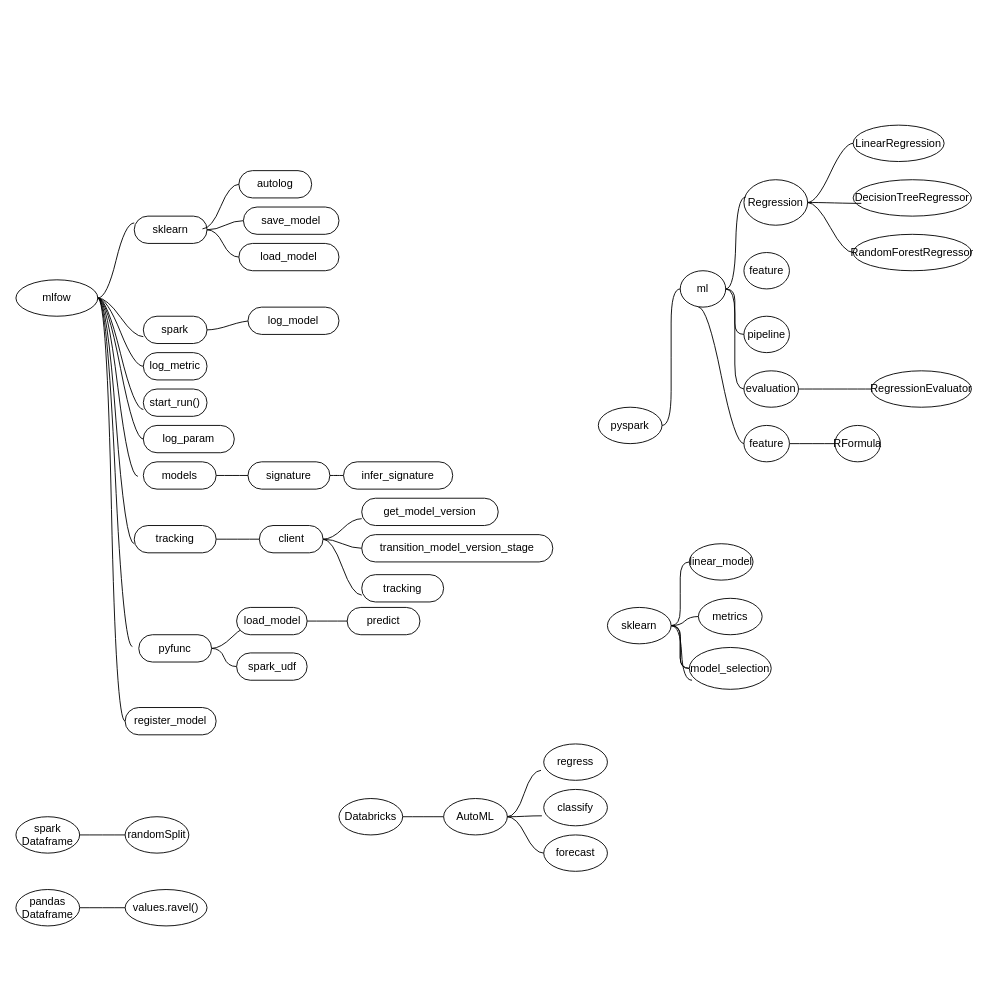
Earlier version of the draw.io diagram Libraries.drawio (sajinvk/DBRICKS-MLOPS-Associate). Source tidied: cells renumbered, new cells numbered last; positions are measured from the earlier drawing's top-left corner, leaving out a move shared by most shapes. Both pictures are drawn from the tidied source at 91%, with x=0, y=0 at pixel (15, 125).
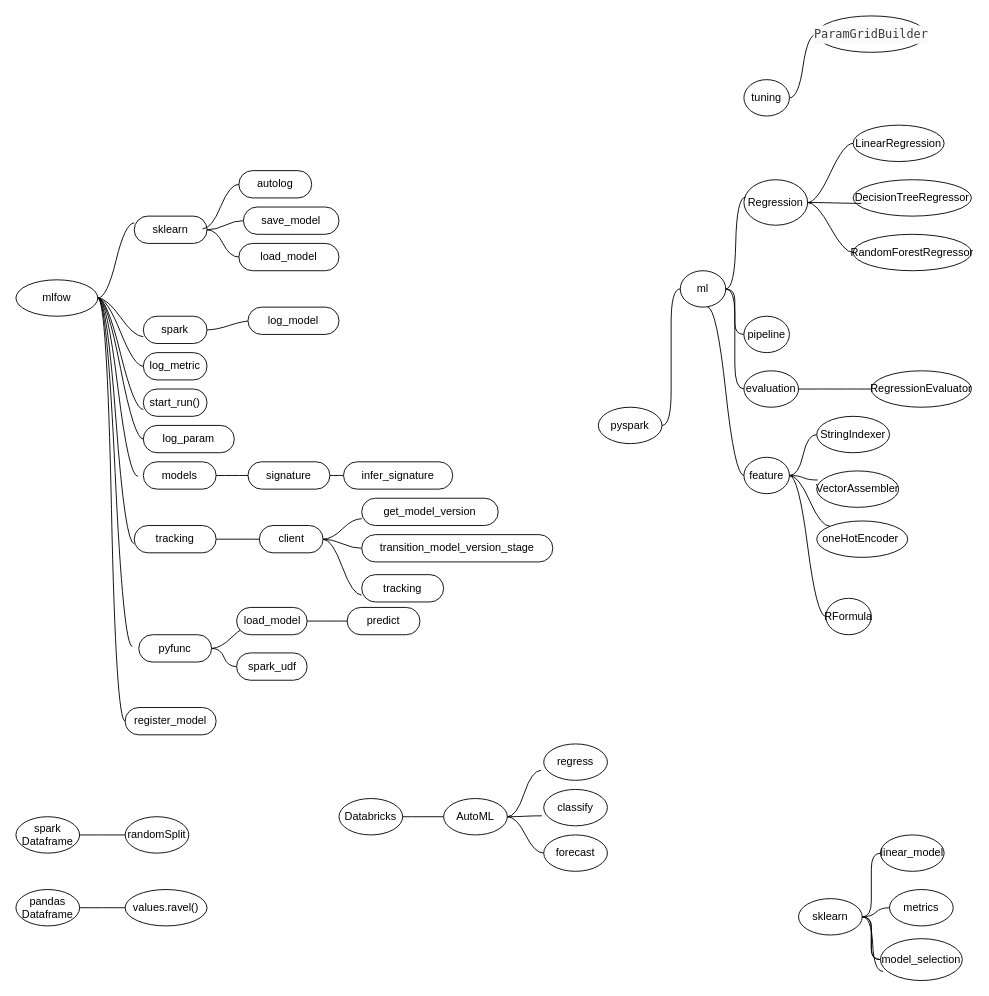
The same diagram, later.

Change to the diagram source:
```diff
@@
-    <mxCell id="55" value="feature" style="ellipse;whiteSpace=wrap;html=1;align=center;newEdgeStyle={&quot;edgeStyle&quot;:&quot;entityRelationEdgeStyle&quot;,&quot;startArrow&quot;:&quot;none&quot;,&quot;endArrow&quot;:&quot;none&quot;,&quot;segment&quot;:10,&quot;curved&quot;:1,&quot;sourcePerimeterSpacing&quot;:0,&quot;targetPerimeterSpacing&quot;:0};" parent="1" vertex="1" collapsed="1">
-      <mxGeometry x="800" y="140" width="50" height="40" as="geometry" />
-    </mxCell>
@@
+    <mxCell id="93" style="edgeStyle=entityRelationEdgeStyle;rounded=0;jettySize=auto;html=1;startArrow=none;endArrow=none;segment=10;curved=1;sourcePerimeterSpacing=0;targetPerimeterSpacing=0;entryX=0;entryY=0.5;entryDx=0;entryDy=0;" parent="1" edge="1" source="58" target="95">
+      <mxGeometry relative="1" as="geometry" />
+    </mxCell>
+    <mxCell id="94" style="edgeStyle=entityRelationEdgeStyle;rounded=0;jettySize=auto;html=1;startArrow=none;endArrow=none;segment=10;curved=1;sourcePerimeterSpacing=0;targetPerimeterSpacing=0;entryX=0;entryY=0;entryDx=0;entryDy=0;" parent="1" edge="1" source="58" target="97">
+      <mxGeometry relative="1" as="geometry" />
+    </mxCell>
     <mxCell id="58" value="feature" style="ellipse;whiteSpace=wrap;html=1;align=center;newEdgeStyle={&quot;edgeStyle&quot;:&quot;entityRelationEdgeStyle&quot;,&quot;startArrow&quot;:&quot;none&quot;,&quot;endArrow&quot;:&quot;none&quot;,&quot;segment&quot;:10,&quot;curved&quot;:1,&quot;sourcePerimeterSpacing&quot;:0,&quot;targetPerimeterSpacing&quot;:0};" parent="1" vertex="1" collapsed="1">
-      <mxGeometry x="800" y="330" width="50" height="40" as="geometry" />
+      <mxGeometry x="800" y="365" width="50" height="40" as="geometry" />
     </mxCell>
@@
     <mxCell id="65" value="RFormula" style="ellipse;whiteSpace=wrap;html=1;align=center;newEdgeStyle={&quot;edgeStyle&quot;:&quot;entityRelationEdgeStyle&quot;,&quot;startArrow&quot;:&quot;none&quot;,&quot;endArrow&quot;:&quot;none&quot;,&quot;segment&quot;:10,&quot;curved&quot;:1,&quot;sourcePerimeterSpacing&quot;:0,&quot;targetPerimeterSpacing&quot;:0};" parent="1" vertex="1" collapsed="1">
-      <mxGeometry x="900" y="330" width="50" height="40" as="geometry" />
+      <mxGeometry x="890" y="520" width="50" height="40" as="geometry" />
     </mxCell>
@@
     <mxCell id="68" style="edgeStyle=entityRelationEdgeStyle;rounded=0;jettySize=auto;html=1;startArrow=none;endArrow=none;segment=10;curved=1;sourcePerimeterSpacing=0;targetPerimeterSpacing=0;entryX=0;entryY=0.5;entryDx=0;entryDy=0;" parent="1" edge="1" target="58">
       <mxGeometry relative="1" as="geometry">
-        <mxPoint x="750" y="200" as="sourcePoint" />
+        <mxPoint x="760" y="200" as="sourcePoint" />
         <Array as="points">
           <mxPoint x="810" y="350" />
         </Array>
       </mxGeometry>
     </mxCell>
@@
     <mxCell id="73" value="sklearn" style="ellipse;whiteSpace=wrap;html=1;align=center;newEdgeStyle={&quot;edgeStyle&quot;:&quot;entityRelationEdgeStyle&quot;,&quot;startArrow&quot;:&quot;none&quot;,&quot;endArrow&quot;:&quot;none&quot;,&quot;segment&quot;:10,&quot;curved&quot;:1,&quot;sourcePerimeterSpacing&quot;:0,&quot;targetPerimeterSpacing&quot;:0};" parent="1" vertex="1">
-      <mxGeometry x="650" y="530" width="70" height="40" as="geometry" />
+      <mxGeometry x="860" y="850" width="70" height="40" as="geometry" />
     </mxCell>
     <mxCell id="74" value="linear_model" style="ellipse;whiteSpace=wrap;html=1;align=center;newEdgeStyle={&quot;edgeStyle&quot;:&quot;entityRelationEdgeStyle&quot;,&quot;startArrow&quot;:&quot;none&quot;,&quot;endArrow&quot;:&quot;none&quot;,&quot;segment&quot;:10,&quot;curved&quot;:1,&quot;sourcePerimeterSpacing&quot;:0,&quot;targetPerimeterSpacing&quot;:0};" parent="1" vertex="1">
-      <mxGeometry x="740" y="460" width="70" height="40" as="geometry" />
+      <mxGeometry x="950" y="780" width="70" height="40" as="geometry" />
     </mxCell>
     <mxCell id="75" value="metrics" style="ellipse;whiteSpace=wrap;html=1;align=center;newEdgeStyle={&quot;edgeStyle&quot;:&quot;entityRelationEdgeStyle&quot;,&quot;startArrow&quot;:&quot;none&quot;,&quot;endArrow&quot;:&quot;none&quot;,&quot;segment&quot;:10,&quot;curved&quot;:1,&quot;sourcePerimeterSpacing&quot;:0,&quot;targetPerimeterSpacing&quot;:0};" parent="1" vertex="1">
-      <mxGeometry x="750" y="520" width="70" height="40" as="geometry" />
+      <mxGeometry x="960" y="840" width="70" height="40" as="geometry" />
     </mxCell>
     <mxCell id="76" value="model_selection" style="ellipse;whiteSpace=wrap;html=1;align=center;newEdgeStyle={&quot;edgeStyle&quot;:&quot;entityRelationEdgeStyle&quot;,&quot;startArrow&quot;:&quot;none&quot;,&quot;endArrow&quot;:&quot;none&quot;,&quot;segment&quot;:10,&quot;curved&quot;:1,&quot;sourcePerimeterSpacing&quot;:0,&quot;targetPerimeterSpacing&quot;:0};" parent="1" vertex="1">
-      <mxGeometry x="740" y="574" width="90" height="46" as="geometry" />
+      <mxGeometry x="950" y="894" width="90" height="46" as="geometry" />
     </mxCell>
@@
+    <mxCell id="95" value="StringIndexer" style="ellipse;whiteSpace=wrap;html=1;align=center;newEdgeStyle={&quot;edgeStyle&quot;:&quot;entityRelationEdgeStyle&quot;,&quot;startArrow&quot;:&quot;none&quot;,&quot;endArrow&quot;:&quot;none&quot;,&quot;segment&quot;:10,&quot;curved&quot;:1,&quot;sourcePerimeterSpacing&quot;:0,&quot;targetPerimeterSpacing&quot;:0};" parent="1" vertex="1" collapsed="1">
+      <mxGeometry x="880" y="320" width="80" height="40" as="geometry" />
+    </mxCell>
+    <mxCell id="96" value="VectorAssembler" style="ellipse;whiteSpace=wrap;html=1;align=center;newEdgeStyle={&quot;edgeStyle&quot;:&quot;entityRelationEdgeStyle&quot;,&quot;startArrow&quot;:&quot;none&quot;,&quot;endArrow&quot;:&quot;none&quot;,&quot;segment&quot;:10,&quot;curved&quot;:1,&quot;sourcePerimeterSpacing&quot;:0,&quot;targetPerimeterSpacing&quot;:0};" parent="1" vertex="1" collapsed="1">
+      <mxGeometry x="880" y="380" width="90" height="40" as="geometry" />
+    </mxCell>
+    <mxCell id="97" value="oneHotEncoder&amp;nbsp;" style="ellipse;whiteSpace=wrap;html=1;align=center;newEdgeStyle={&quot;edgeStyle&quot;:&quot;entityRelationEdgeStyle&quot;,&quot;startArrow&quot;:&quot;none&quot;,&quot;endArrow&quot;:&quot;none&quot;,&quot;segment&quot;:10,&quot;curved&quot;:1,&quot;sourcePerimeterSpacing&quot;:0,&quot;targetPerimeterSpacing&quot;:0};" parent="1" vertex="1" collapsed="1">
+      <mxGeometry x="880" y="435" width="100" height="40" as="geometry" />
+    </mxCell>
+    <mxCell id="98" style="edgeStyle=entityRelationEdgeStyle;rounded=0;jettySize=auto;html=1;startArrow=none;endArrow=none;segment=10;curved=1;sourcePerimeterSpacing=0;targetPerimeterSpacing=0;entryX=0.011;entryY=0.25;entryDx=0;entryDy=0;entryPerimeter=0;" parent="1" edge="1" source="58" target="96">
+      <mxGeometry relative="1" as="geometry" />
+    </mxCell>
+    <mxCell id="99" style="edgeStyle=entityRelationEdgeStyle;rounded=0;jettySize=auto;html=1;startArrow=none;endArrow=none;segment=10;curved=1;sourcePerimeterSpacing=0;targetPerimeterSpacing=0;" parent="1" edge="1" source="100">
+      <mxGeometry relative="1" as="geometry">
+        <mxPoint x="880" y="-100" as="targetPoint" />
+      </mxGeometry>
+    </mxCell>
+    <mxCell id="100" value="tuning" style="ellipse;whiteSpace=wrap;html=1;align=center;newEdgeStyle={&quot;edgeStyle&quot;:&quot;entityRelationEdgeStyle&quot;,&quot;startArrow&quot;:&quot;none&quot;,&quot;endArrow&quot;:&quot;none&quot;,&quot;segment&quot;:10,&quot;curved&quot;:1,&quot;sourcePerimeterSpacing&quot;:0,&quot;targetPerimeterSpacing&quot;:0};" parent="1" vertex="1" collapsed="1">
+      <mxGeometry x="800" y="-50" width="50" height="40" as="geometry" />
+    </mxCell>
+    <mxCell id="101" value="&lt;div style=&quot;color: rgb(59, 59, 59); background-color: rgb(250, 250, 250); font-family: Menlo, Monaco, Consolas, &amp;quot;Ubuntu Mono&amp;quot;, &amp;quot;Source Code Pro&amp;quot;, monospace, Consolas, &amp;quot;Courier New&amp;quot;, monospace; font-size: 13px; line-height: 20px;&quot;&gt;ParamGridBuilder&lt;/div&gt;" style="ellipse;whiteSpace=wrap;html=1;align=center;newEdgeStyle={&quot;edgeStyle&quot;:&quot;entityRelationEdgeStyle&quot;,&quot;startArrow&quot;:&quot;none&quot;,&quot;endArrow&quot;:&quot;none&quot;,&quot;segment&quot;:10,&quot;curved&quot;:1,&quot;sourcePerimeterSpacing&quot;:0,&quot;targetPerimeterSpacing&quot;:0};" parent="1" vertex="1" collapsed="1">
+      <mxGeometry x="880" y="-120" width="120" height="40" as="geometry" />
+    </mxCell>
```
